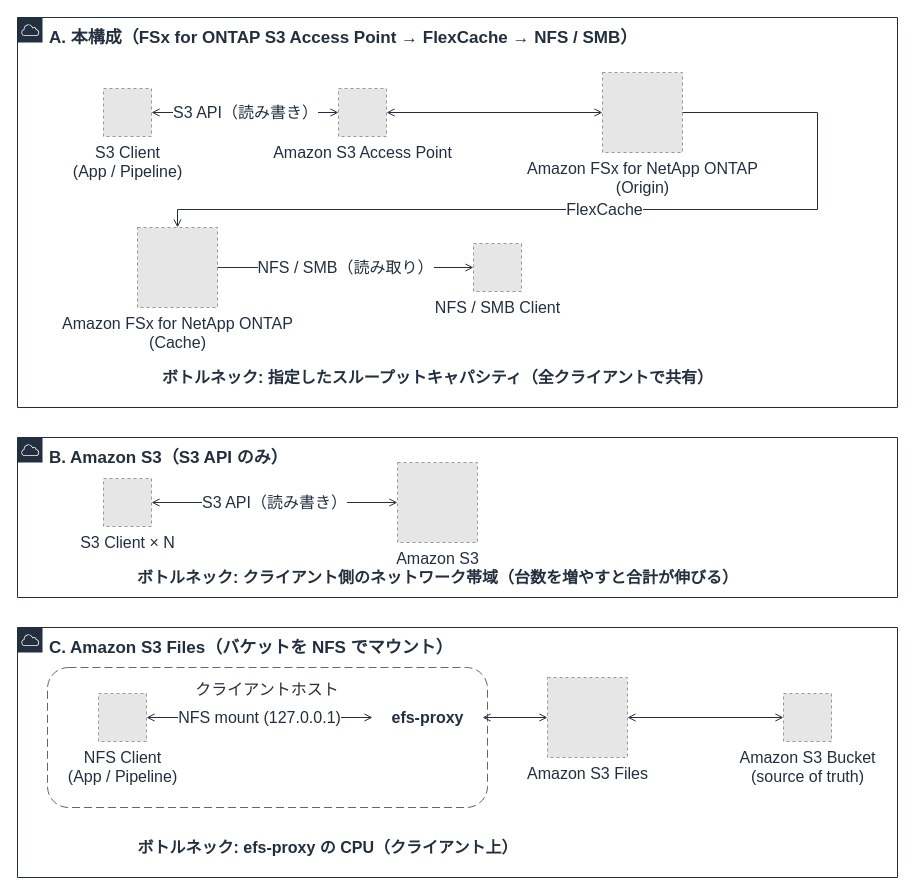
This is docs/_assets/diagrams/s3burst-throughput-bottlenecks.drawio from Yoshiki0705/S3-Burst-on-ONTAP-Files, a draw.io file, before an edit. Source tidied: cells renumbered, new cells numbered last; positions are measured from the earlier drawing's top-left corner, leaving out a move shared by most shapes. Both pictures are drawn from the tidied source at 100%, with x=0, y=0 at pixel (17, 17). Pictures stored in the file or linked from it are replaced by grey dashed boxes.
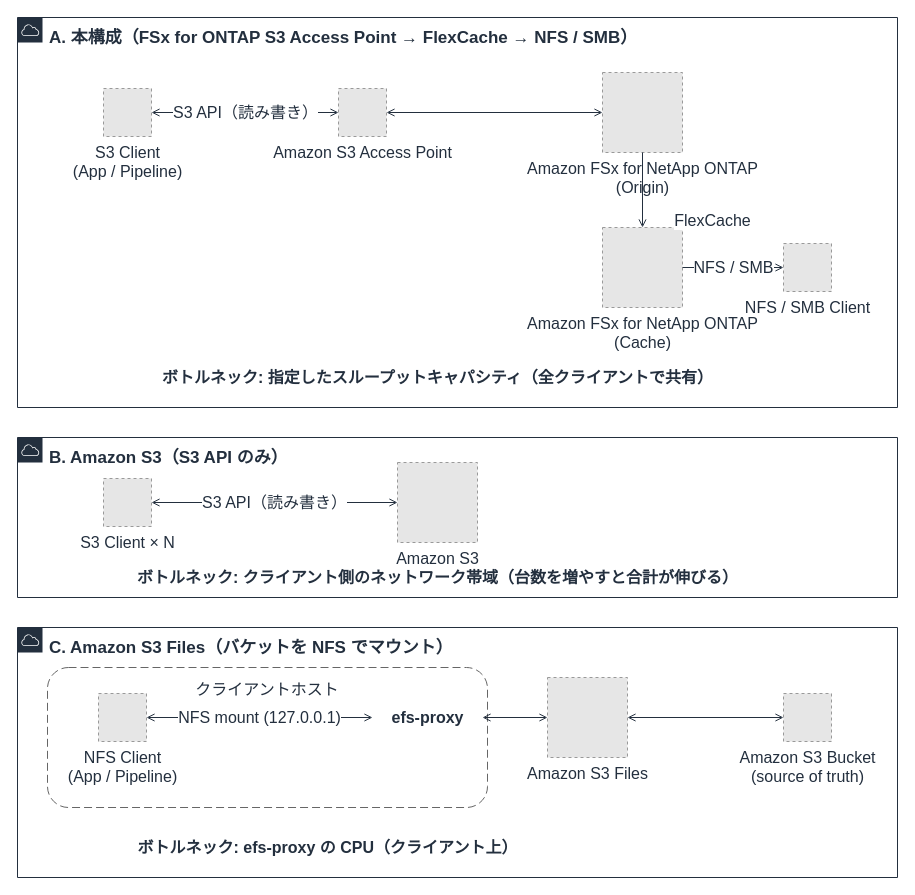
After the change.

The change refers to these unchanged cells:
```xml
<mxCell id="12" value="Amazon FSx for NetApp ONTAP&#10;(Origin)" style="fillColor=#E6E6E6;strokeColor=#999999;dashed=1;html=1;verticalLabelPosition=bottom;verticalAlign=top;labelPosition=center;align=center;fontSize=16;fontColor=#232F3E;" parent="1" vertex="1">
  <mxGeometry x="585" y="55" width="80" height="80" as="geometry" />
</mxCell>
```

Change to the diagram source:
```diff
@@
     <mxCell id="13" value="Amazon FSx for NetApp ONTAP&#10;(Cache)" style="fillColor=#E6E6E6;strokeColor=#999999;dashed=1;html=1;verticalLabelPosition=bottom;verticalAlign=top;labelPosition=center;align=center;fontSize=16;fontColor=#232F3E;" parent="1" vertex="1">
-      <mxGeometry x="120" y="210" width="80" height="80" as="geometry" />
+      <mxGeometry x="585" y="210" width="80" height="80" as="geometry" />
     </mxCell>
     <mxCell id="14" value="NFS / SMB Client" style="fillColor=#E6E6E6;strokeColor=#999999;dashed=1;html=1;verticalLabelPosition=bottom;verticalAlign=top;labelPosition=center;align=center;fontSize=16;fontColor=#232F3E;" parent="1" vertex="1">
-      <mxGeometry x="456" y="226" width="48" height="48" as="geometry" />
+      <mxGeometry x="766" y="226" width="48" height="48" as="geometry" />
     </mxCell>
@@
-    <mxCell id="22" value="FlexCache" style="edgeStyle=orthogonalEdgeStyle;rounded=0;html=1;endArrow=open;endFill=0;strokeColor=#232F3E;strokeWidth=1;fontSize=16;fontColor=#232F3E;exitX=1;exitY=0.5;exitDx=0;exitDy=0;entryX=0.5;entryY=0;entryDx=0;entryDy=0;" parent="1" edge="1" source="12" target="13">
+    <mxCell id="22" value="FlexCache" style="edgeStyle=orthogonalEdgeStyle;rounded=0;html=1;endArrow=open;endFill=0;strokeColor=#232F3E;strokeWidth=1;fontSize=16;fontColor=#232F3E;exitX=0.5;exitY=1.0;exitDx=0;exitDy=0;entryX=0.5;entryY=0.0;entryDx=0;entryDy=0;" parent="1" edge="1" source="12" target="13">
       <mxGeometry relative="1" as="geometry">
-        <Array as="points">
-          <mxPoint x="800" y="95" />
-          <mxPoint x="800" y="192" />
-          <mxPoint x="160" y="192" />
-        </Array>
+        <mxPoint x="70" y="30" as="offset" />
       </mxGeometry>
     </mxCell>
-    <mxCell id="23" value="NFS / SMB（読み取り）" style="edgeStyle=orthogonalEdgeStyle;rounded=0;html=1;endArrow=open;endFill=0;strokeColor=#232F3E;strokeWidth=1;fontSize=16;fontColor=#232F3E;" parent="1" edge="1" source="13" target="14">
+    <mxCell id="23" value="NFS / SMB" style="edgeStyle=orthogonalEdgeStyle;rounded=0;html=1;endArrow=open;endFill=0;strokeColor=#232F3E;strokeWidth=1;fontSize=16;fontColor=#232F3E;" parent="1" edge="1" source="13" target="14">
       <mxGeometry relative="1" as="geometry" />
     </mxCell>
```
